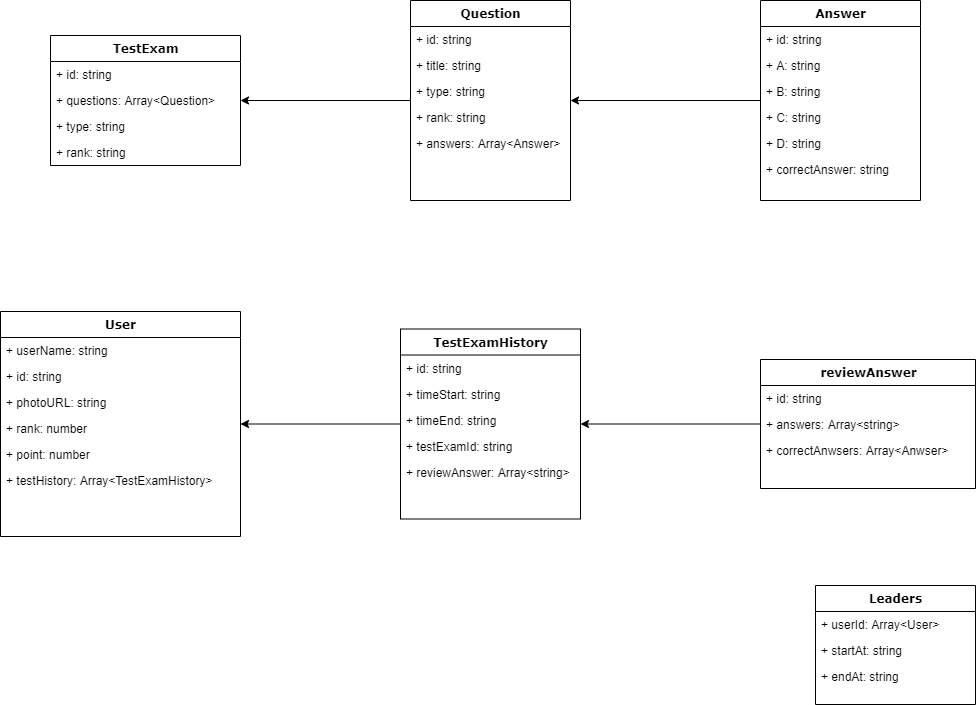
Above: Prototype/Untitled Diagram.png in nguyenbinhanltv/EnQ-server (draw.io), before the change. Source tidied: cells renumbered, new cells last; positions are measured from the earlier drawing's top-left corner, leaving out a move shared by most shapes.
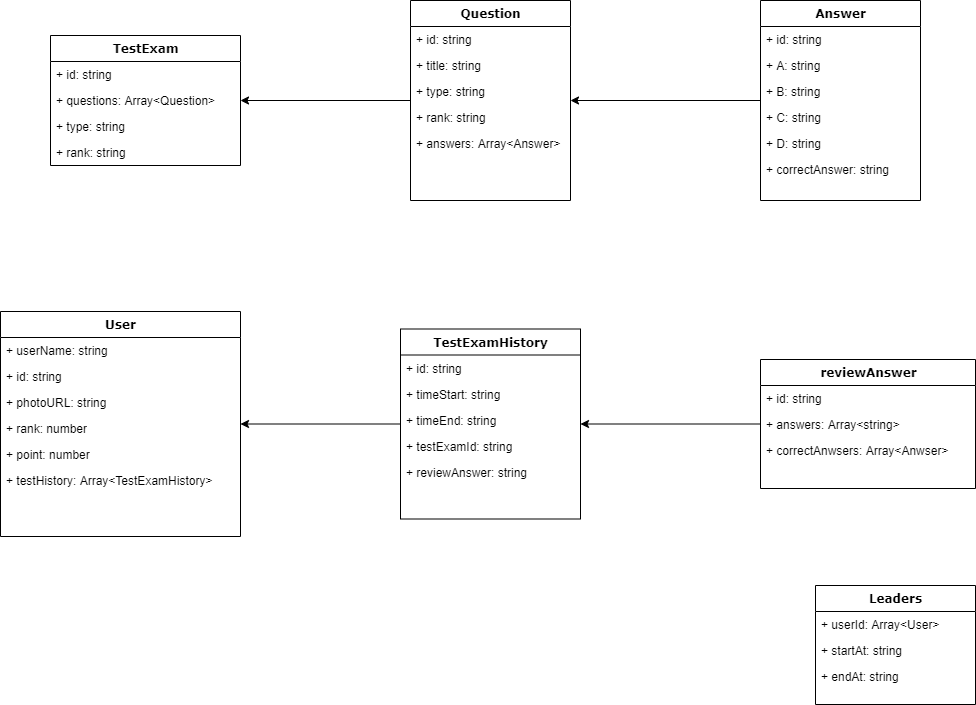
After the change.

Diff of the diagram source:
```diff
@@ -101,7 +101,7 @@
     <mxCell id="34" value="+ testExamId: string" style="text;html=1;strokeColor=none;fillColor=none;align=left;verticalAlign=top;spacingLeft=4;spacingRight=4;whiteSpace=wrap;overflow=hidden;" parent="30" vertex="1">
       <mxGeometry y="104" width="180" height="26" as="geometry" />
     </mxCell>
-    <mxCell id="35" value="+ reviewAnswer: Array&amp;lt;string&amp;gt;" style="text;html=1;strokeColor=none;fillColor=none;align=left;verticalAlign=top;spacingLeft=4;spacingRight=4;whiteSpace=wrap;overflow=hidden;" parent="30" vertex="1">
+    <mxCell id="35" value="+ reviewAnswer: string" style="text;html=1;strokeColor=none;fillColor=none;align=left;verticalAlign=top;spacingLeft=4;spacingRight=4;whiteSpace=wrap;overflow=hidden;" parent="30" vertex="1">
       <mxGeometry y="130" width="180" height="26" as="geometry" />
     </mxCell>
     <mxCell id="36" style="edgeStyle=orthogonalEdgeStyle;rounded=0;jettySize=auto;html=1;" parent="1" edge="1" source="37" target="30">
```
